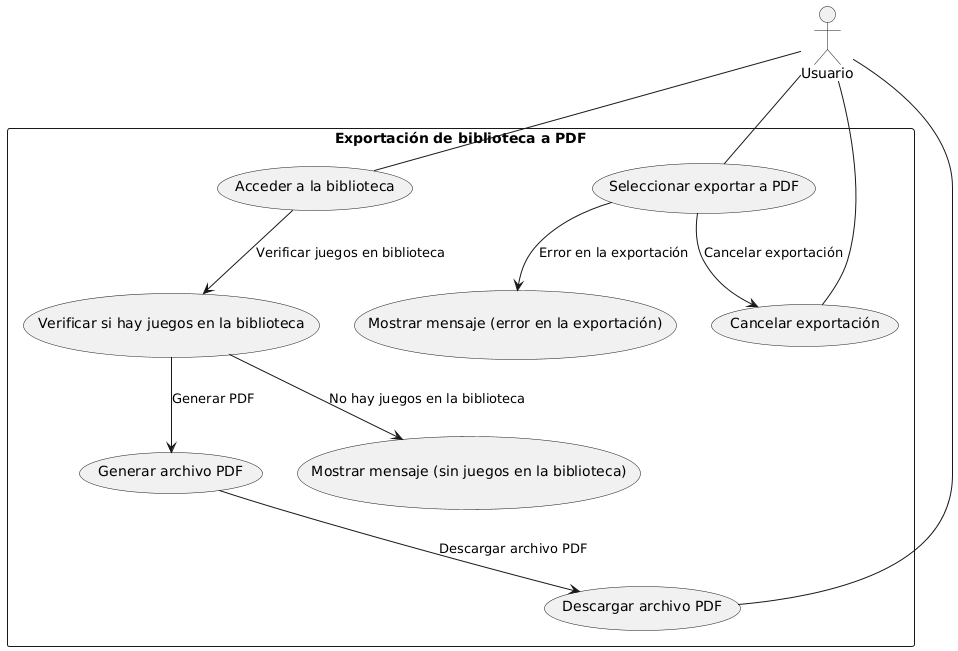
This is Documentación/Word (En uso)/Fotos/CasoUsoExportarPDF.png from DavidBargallo/TFG, a PlantUML export, as it was before one commit.
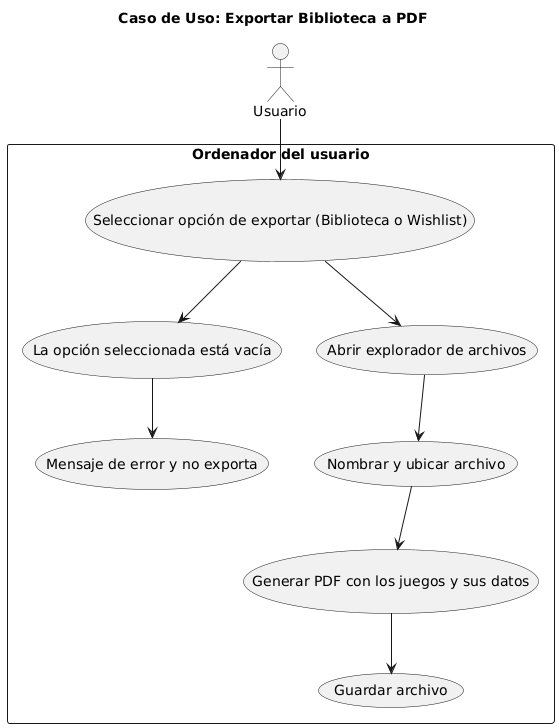
Later version of the same file.

The edit, as a diff of the source:
```diff
@@ -1,26 +1,23 @@
 @startuml
+title Caso de Uso: Exportar Biblioteca a PDF
+
 actor Usuario
 
-rectangle "Exportación de biblioteca a PDF" {
-  usecase "Acceder a la biblioteca" as UC1
-  usecase "Seleccionar exportar a PDF" as UC2
-  usecase "Verificar si hay juegos en la biblioteca" as UC3
-  usecase "Generar archivo PDF" as UC4
-  usecase "Mostrar mensaje (sin juegos en la biblioteca)" as UC5
-  usecase "Mostrar mensaje (error en la exportación)" as UC6
-  usecase "Descargar archivo PDF" as UC7
-  usecase "Cancelar exportación" as UC8
+rectangle "Ordenador del usuario" {
+    usecase "Seleccionar opción de exportar (Biblioteca o Wishlist)" as UC1
+    usecase "La opción seleccionada está vacía" as UC5
+    usecase "Mensaje de error y no exporta" as UC6
+    usecase "Abrir explorador de archivos" as UC2
+    usecase "Nombrar y ubicar archivo" as UC3
+    usecase "Generar PDF con los juegos y sus datos" as UC4
+    usecase "Guardar archivo" as UC7
 }
 
-Usuario -- UC1
-Usuario -- UC2
-Usuario -- UC7
-Usuario -- UC8
-
-UC1 --> UC3 : "Verificar juegos en biblioteca"
-UC3 --> UC4 : "Generar PDF"
-UC3 --> UC5 : "No hay juegos en la biblioteca"
-UC4 --> UC7 : "Descargar archivo PDF"
-UC2 --> UC6 : "Error en la exportación"
-UC2 --> UC8 : "Cancelar exportación"
+Usuario --> UC1
+UC1 --> UC2
+UC1 --> UC5
+UC2 --> UC3
+UC3 --> UC4
+UC5 --> UC6
+UC4 --> UC7
 @enduml
```
